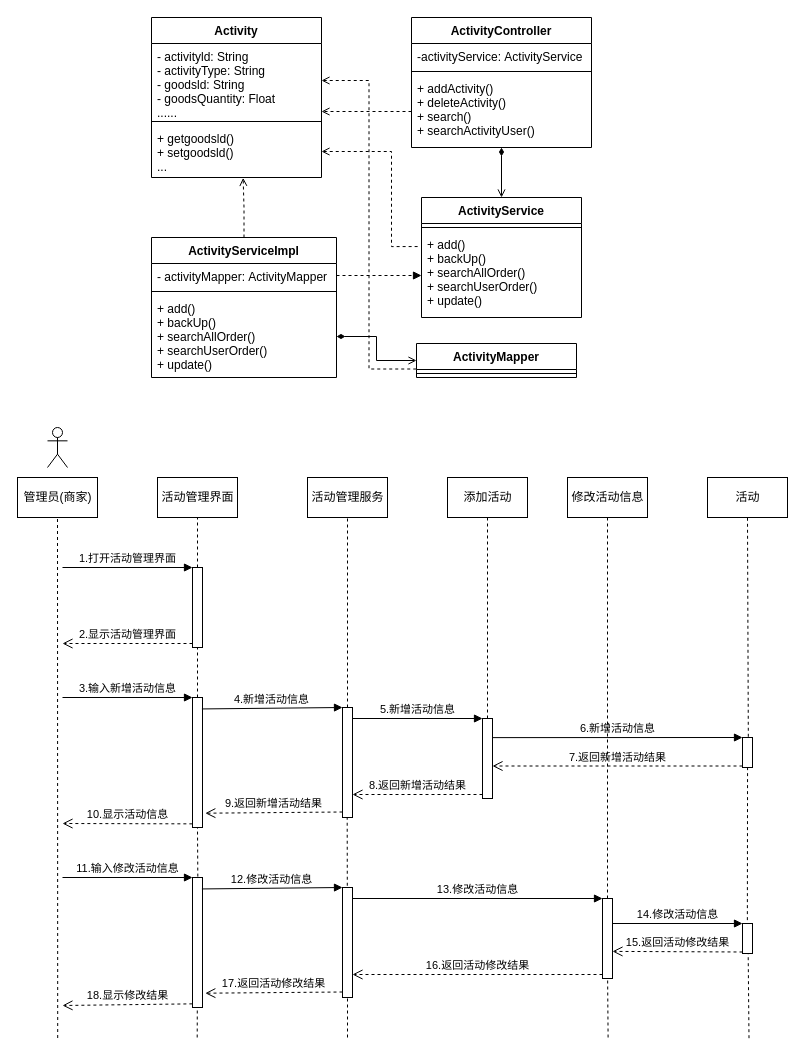
The draw.io diagram page "活动管理" (16 of 23) of Untitled Diagram.drawio in hongkingking/hkk, before the edit. Source tidied: cells renumbered, new cells numbered last; positions are measured from the earlier drawing's top-left corner, leaving out a move shared by most shapes. Both pictures are drawn from the tidied source at 100%, with x=0, y=0 at pixel (17, 17).
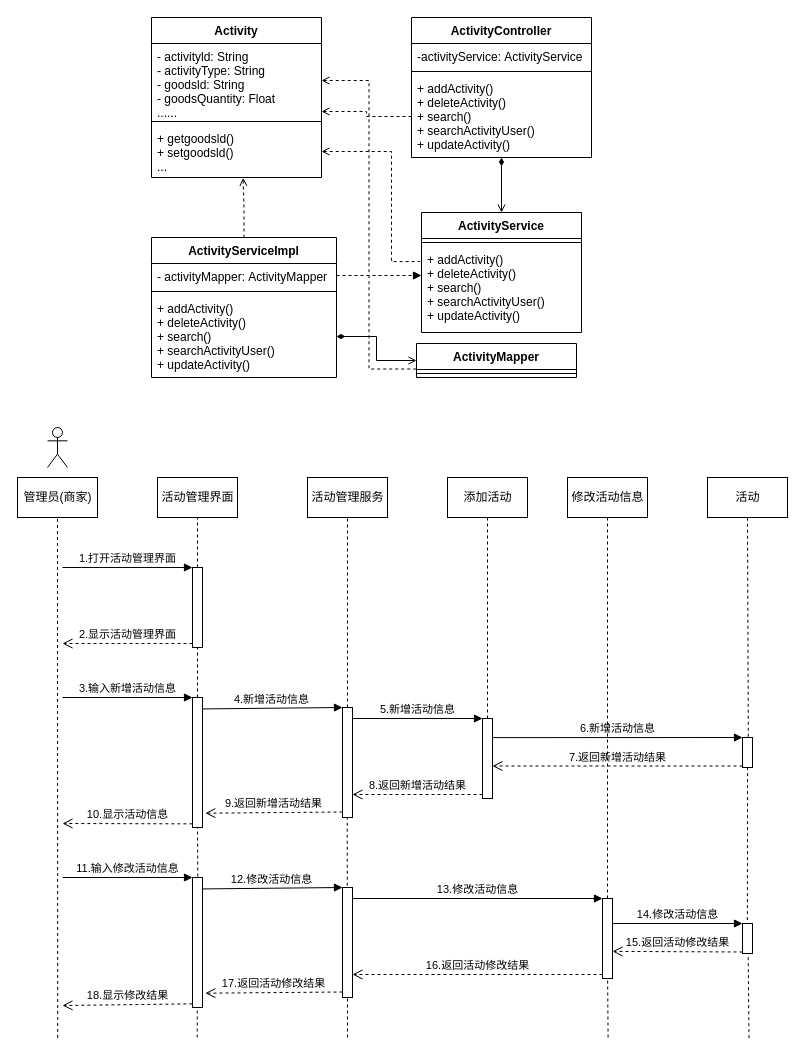
After the change.

Unchanged cells that the change refers to:
```xml
<mxCell id="9" value="+ getgoodsld()&#10;+ setgoodsld()&#10;..." style="text;strokeColor=none;fillColor=none;align=left;verticalAlign=top;spacingLeft=4;spacingRight=4;overflow=hidden;points=[[0,0.5],[1,0.5]];portConstraint=eastwest;" parent="6" vertex="1">
  <mxGeometry y="108" width="170" height="52" as="geometry" />
</mxCell>
<mxCell id="17" value="ActivityServiceImpl" style="swimlane;fontStyle=1;align=center;verticalAlign=top;horizontal=1;startSize=26;" parent="1" vertex="1">
  <mxGeometry x="134" y="220" width="185" height="140" as="geometry" />
</mxCell>
```

What changed in the source:
```diff
@@
     <mxCell id="2" value="ActivityController" style="swimlane;fontStyle=1;align=center;verticalAlign=top;horizontal=1;startSize=26;" parent="1" vertex="1">
-      <mxGeometry x="394" width="180" height="130" as="geometry" />
+      <mxGeometry x="394" width="180" height="140" as="geometry" />
     </mxCell>
@@
-    <mxCell id="5" value="+ addActivity()&#10;+ deleteActivity()&#10;+ search()&#10;+ searchActivityUser()" style="text;strokeColor=none;fillColor=none;align=left;verticalAlign=top;spacingLeft=4;spacingRight=4;overflow=hidden;points=[[0,0.5],[1,0.5]];portConstraint=eastwest;" parent="2" vertex="1">
-      <mxGeometry y="58" width="180" height="72" as="geometry" />
+    <mxCell id="5" value="+ addActivity()&#10;+ deleteActivity()&#10;+ search()&#10;+ searchActivityUser()&#10;+ updateActivity()" style="text;strokeColor=none;fillColor=none;align=left;verticalAlign=top;spacingLeft=4;spacingRight=4;overflow=hidden;points=[[0,0.5],[1,0.5]];portConstraint=eastwest;" parent="2" vertex="1">
+      <mxGeometry y="58" width="180" height="82" as="geometry" />
     </mxCell>
@@
     <mxCell id="11" value="ActivityService" style="swimlane;fontStyle=1;align=center;verticalAlign=top;horizontal=1;startSize=26;" parent="1" vertex="1">
-      <mxGeometry x="404" y="180" width="160" height="120" as="geometry" />
+      <mxGeometry x="404" y="195" width="160" height="120" as="geometry" />
     </mxCell>
@@
-    <mxCell id="13" value="+ add()&#10;+ backUp()&#10;+ searchAllOrder()&#10;+ searchUserOrder()&#10;+ update()" style="text;strokeColor=none;fillColor=none;align=left;verticalAlign=top;spacingLeft=4;spacingRight=4;overflow=hidden;points=[[0,0.5],[1,0.5]];portConstraint=eastwest;" parent="11" vertex="1">
+    <mxCell id="13" value="+ addActivity()&#10;+ deleteActivity()&#10;+ search()&#10;+ searchActivityUser()&#10;+ updateActivity()" style="text;strokeColor=none;fillColor=none;align=left;verticalAlign=top;spacingLeft=4;spacingRight=4;overflow=hidden;points=[[0,0.5],[1,0.5]];portConstraint=eastwest;" parent="11" vertex="1">
       <mxGeometry y="34" width="160" height="86" as="geometry" />
     </mxCell>
@@
-    <mxCell id="20" value="+ add()&#10;+ backUp()&#10;+ searchAllOrder()&#10;+ searchUserOrder()&#10;+ update()" style="text;strokeColor=none;fillColor=none;align=left;verticalAlign=top;spacingLeft=4;spacingRight=4;overflow=hidden;points=[[0,0.5],[1,0.5]];portConstraint=eastwest;" parent="17" vertex="1">
+    <mxCell id="20" value="+ addActivity()&#10;+ deleteActivity()&#10;+ search()&#10;+ searchActivityUser()&#10;+ updateActivity()" style="text;strokeColor=none;fillColor=none;align=left;verticalAlign=top;spacingLeft=4;spacingRight=4;overflow=hidden;points=[[0,0.5],[1,0.5]];portConstraint=eastwest;" parent="17" vertex="1">
       <mxGeometry y="58" width="185" height="82" as="geometry" />
     </mxCell>
@@
     <mxCell id="27" style="edgeStyle=orthogonalEdgeStyle;rounded=0;jettySize=auto;html=1;exitX=1;exitY=0.5;exitDx=0;exitDy=0;entryX=-0.01;entryY=0.175;entryDx=0;entryDy=0;entryPerimeter=0;startArrow=open;startFill=0;endArrow=none;endFill=0;dashed=1;" parent="1" edge="1" source="9" target="13">
       <mxGeometry relative="1" as="geometry">
         <Array as="points">
           <mxPoint x="374" y="134" />
-          <mxPoint x="374" y="229" />
+          <mxPoint x="374" y="244" />
         </Array>
       </mxGeometry>
     </mxCell>
```
